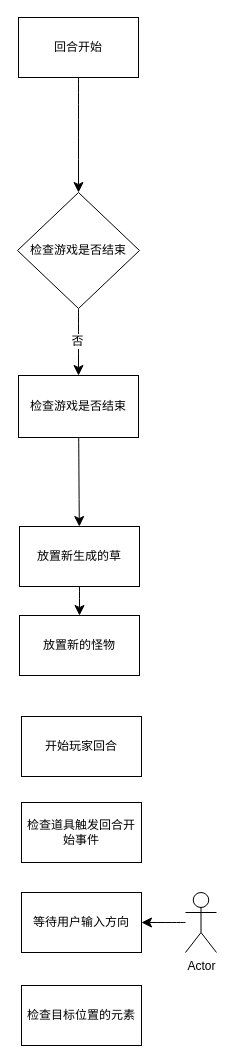
This is files/round.drawio from yulihzn/drawio, a draw.io file, before an edit. Source tidied: cells renumbered, new cells numbered last; positions are measured from the earlier drawing's top-left corner, leaving out a move shared by most shapes. Both pictures are drawn from the tidied source at 100%, with x=0, y=0 at pixel (17, 17).
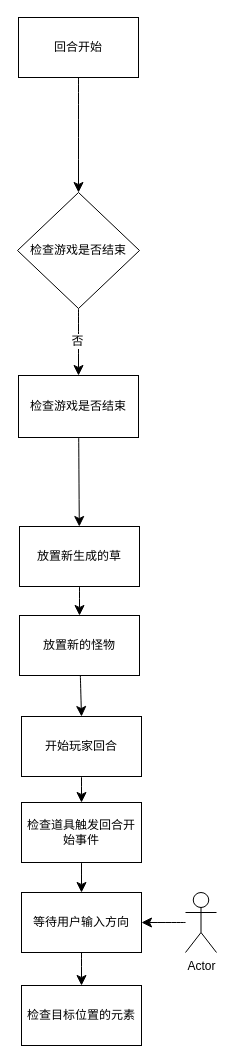
After the change.

The change refers to these unchanged cells:
```xml
<mxCell id="8" value="放置新的怪物" style="whiteSpace=wrap;html=1;" parent="1" vertex="1">
  <mxGeometry x="2" y="598" width="120" height="60" as="geometry" />
</mxCell>
<mxCell id="12" value="开始玩家回合" style="whiteSpace=wrap;html=1;" parent="1" vertex="1">
  <mxGeometry x="4" y="699" width="120" height="60" as="geometry" />
</mxCell>
<mxCell id="13" value="检查道具触发回合开始事件" style="whiteSpace=wrap;html=1;" parent="1" vertex="1">
  <mxGeometry x="4" y="785" width="120" height="60" as="geometry" />
</mxCell>
<mxCell id="14" value="等待用户输入方向" style="whiteSpace=wrap;html=1;" parent="1" vertex="1">
  <mxGeometry x="4" y="875" width="120" height="60" as="geometry" />
</mxCell>
<mxCell id="17" value="检查目标位置的元素" style="whiteSpace=wrap;html=1;" parent="1" vertex="1">
  <mxGeometry x="4" y="968" width="120" height="60" as="geometry" />
</mxCell>
```

The edit, as a diff of the source:
```diff
@@
+    <mxCell id="18" style="edgeStyle=none;curved=1;rounded=0;jettySize=auto;html=1;entryX=0.5;entryY=0;entryDx=0;entryDy=0;fontSize=12;startSize=8;endSize=8;" parent="1" edge="1" source="8" target="12">
+      <mxGeometry relative="1" as="geometry" />
+    </mxCell>
@@
+    <mxCell id="19" style="edgeStyle=none;curved=1;rounded=0;jettySize=auto;html=1;entryX=0.5;entryY=0;entryDx=0;entryDy=0;fontSize=12;startSize=8;endSize=8;" parent="1" edge="1" source="12" target="13">
+      <mxGeometry relative="1" as="geometry" />
+    </mxCell>
@@
+    <mxCell id="20" style="edgeStyle=none;curved=1;rounded=0;jettySize=auto;html=1;entryX=0.5;entryY=0;entryDx=0;entryDy=0;fontSize=12;startSize=8;endSize=8;" parent="1" edge="1" source="13" target="14">
+      <mxGeometry relative="1" as="geometry" />
+    </mxCell>
@@
+    <mxCell id="21" style="edgeStyle=none;curved=1;rounded=0;jettySize=auto;html=1;entryX=0.5;entryY=0;entryDx=0;entryDy=0;fontSize=12;startSize=8;endSize=8;" parent="1" edge="1" source="14" target="17">
+      <mxGeometry relative="1" as="geometry" />
+    </mxCell>
```
